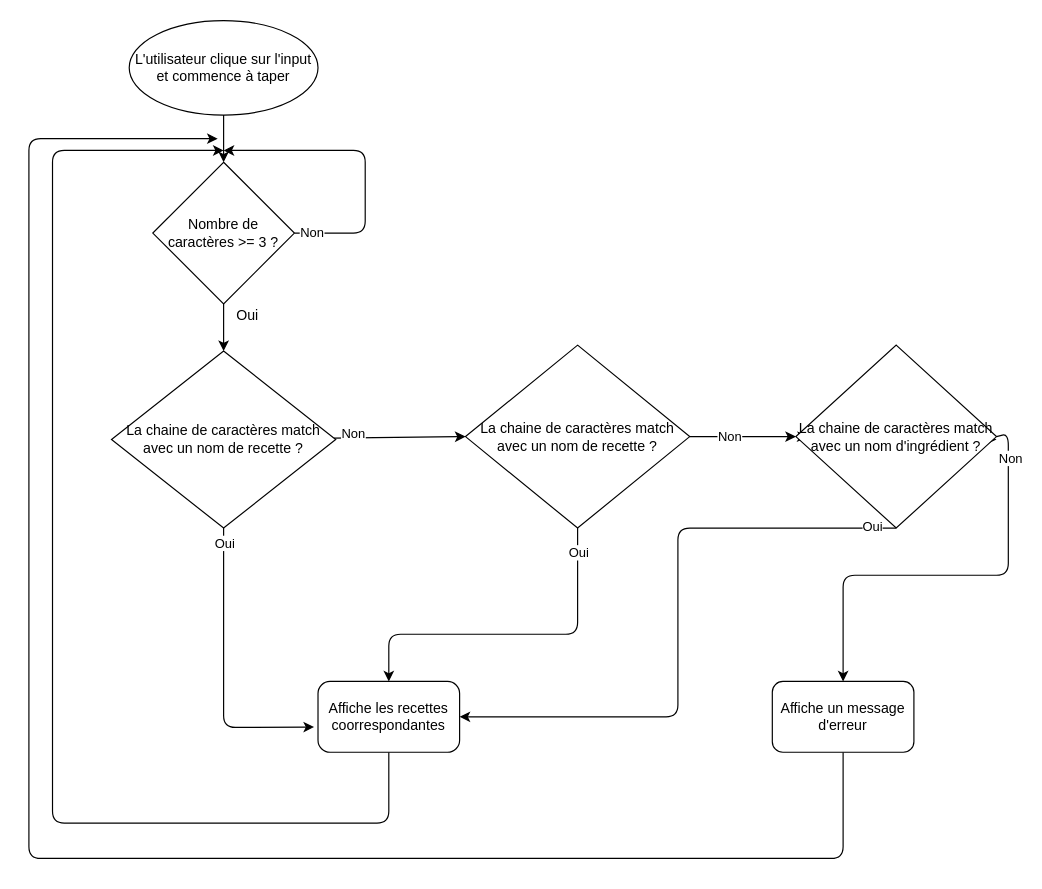
Earlier version of the draw.io diagram algorigramme.drawio (Matthieu-Mary/P7-Les_petits_plats). Source tidied: cells renumbered, new cells numbered last; positions are measured from the earlier drawing's top-left corner, leaving out a move shared by most shapes. Both pictures are drawn from the tidied source at 118%, with x=0, y=0 at pixel (28, 20).
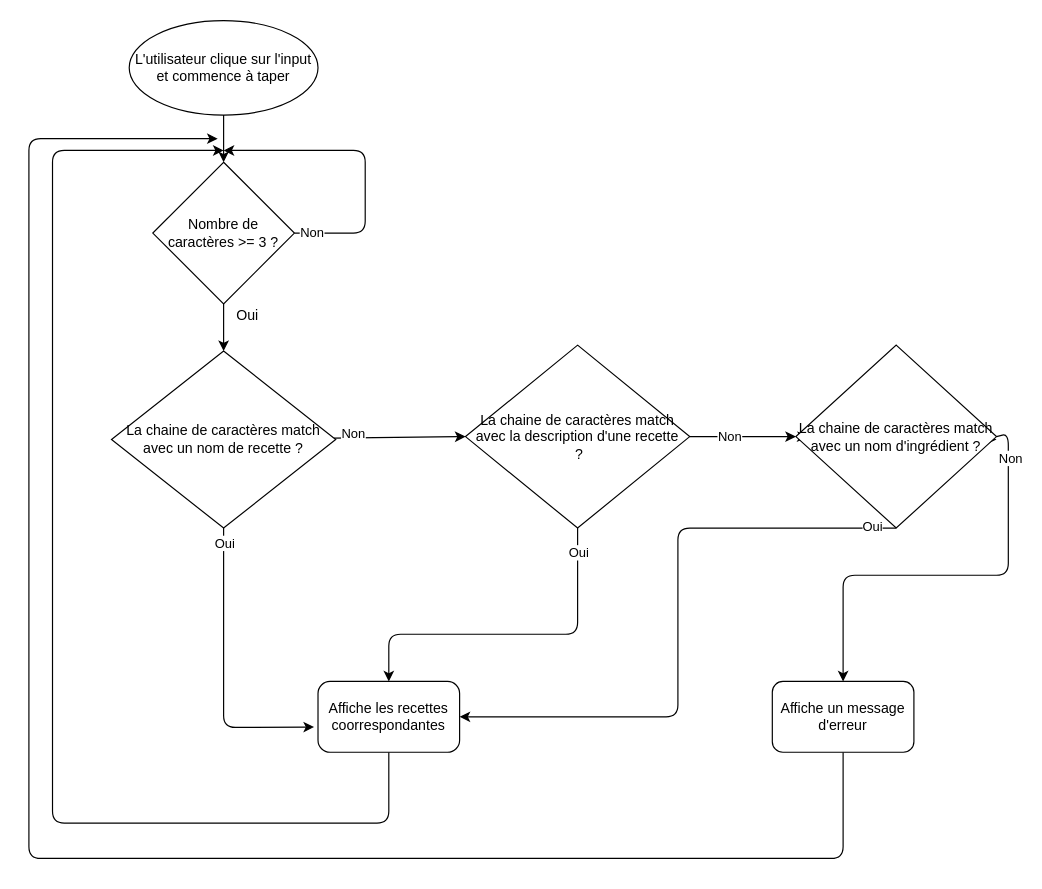
After the change.

Change to the diagram source:
```diff
@@
-    <mxCell id="18" value="&lt;span&gt;La chaine de caractères match avec un nom de recette ?&lt;/span&gt;" style="rhombus;whiteSpace=wrap;html=1;" parent="1" vertex="1">
+    <mxCell id="18" value="&lt;span&gt;La chaine de caractères match avec la description d'une recette&lt;br&gt;&amp;nbsp;?&lt;/span&gt;" style="rhombus;whiteSpace=wrap;html=1;" parent="1" vertex="1">
       <mxGeometry x="370" y="275" width="190" height="155" as="geometry" />
     </mxCell>
```
